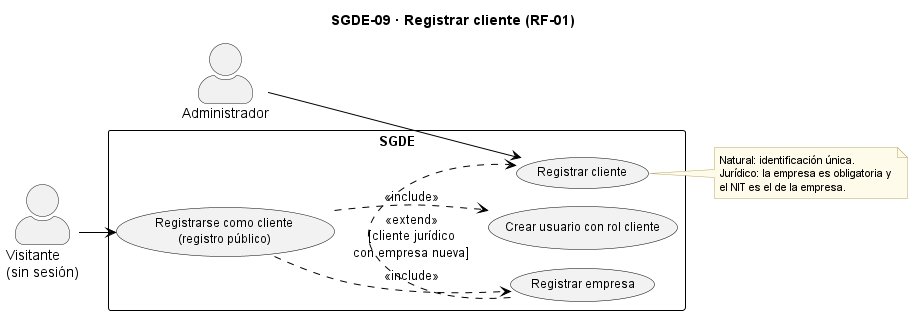
This is docs/casos_uso_sgde/SGDE-09_Registrar_cliente.png from AndreCamx2/Gestion-De-Eventos, a PlantUML export, as it was before one commit. Source of this version:
```plantuml
@startuml SGDE-09_Registrar_cliente
!pragma layout smetana
left to right direction
skinparam backgroundColor white
skinparam usecase {
  BackgroundColor #F2F2F2
  BorderColor black
  FontSize 12
}
skinparam rectangle {
  BorderColor black
  FontSize 13
  FontStyle bold
}
skinparam note {
  BackgroundColor #FFFBEA
  BorderColor #B8A86B
  FontSize 11
}
skinparam ArrowColor black
skinparam actorStyle awesome
title SGDE-09 · Registrar cliente (RF-01)

actor "Administrador" as AD
actor "Visitante\n(sin sesión)" as VI

rectangle "SGDE" {
  usecase "Registrar cliente" as UC1
  usecase "Registrar empresa" as UC2
  usecase "Registrarse como cliente\n(registro público)" as UC3
  usecase "Crear usuario con rol cliente" as UC4
}

AD --> UC1
VI --> UC3
UC2 .> UC1 : <<extend>>\n[cliente jurídico\ncon empresa nueva]
UC3 ..> UC4 : <<include>>
UC3 ..> UC2 : <<include>>

note right of UC1
  Natural: identificación única.
  Jurídico: la empresa es obligatoria y
  el NIT es el de la empresa.
end note
@enduml
```
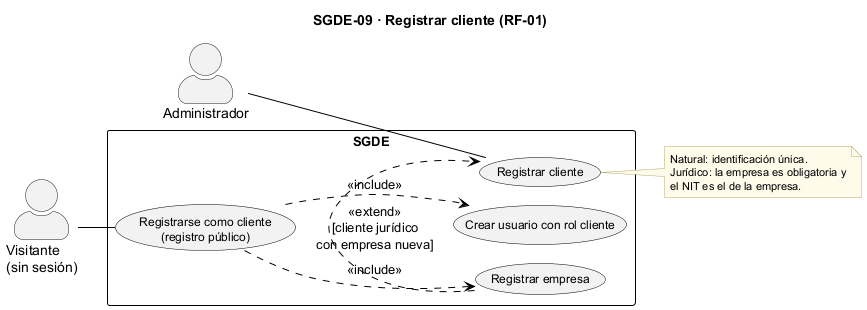
The same file after the commit.

Diff of the diagram source:
```diff
@@ -31,8 +31,8 @@
   usecase "Crear usuario con rol cliente" as UC4
 }
 
-AD --> UC1
-VI --> UC3
+AD -- UC1
+VI -- UC3
 UC2 .> UC1 : <<extend>>\n[cliente jurídico\ncon empresa nueva]
 UC3 ..> UC4 : <<include>>
 UC3 ..> UC2 : <<include>>
```
